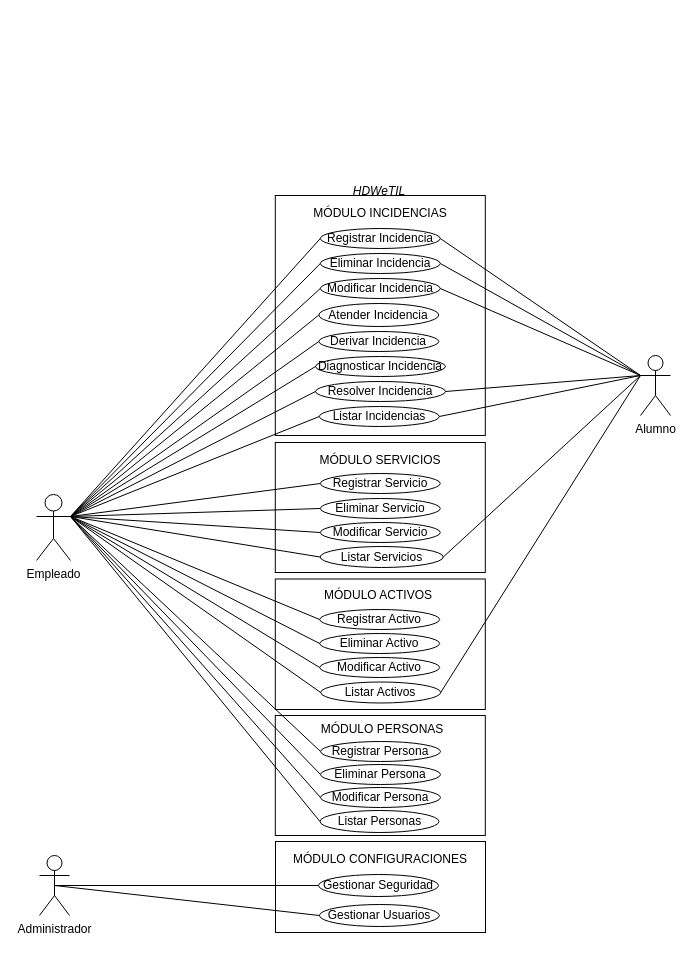
Earlier version of the draw.io diagram page "CU-04" (4 of 4) of documentation/Modelo/Plan-Requisito/Casos_Uso/CasoUso.drawio (RodSebDaS/HDWeTIL). Source tidied: cells renumbered, new cells numbered last; positions are measured from the earlier drawing's top-left corner, leaving out a move shared by most shapes. Both pictures are drawn from the tidied source at 100%, with x=0, y=0 at pixel (36, 176).
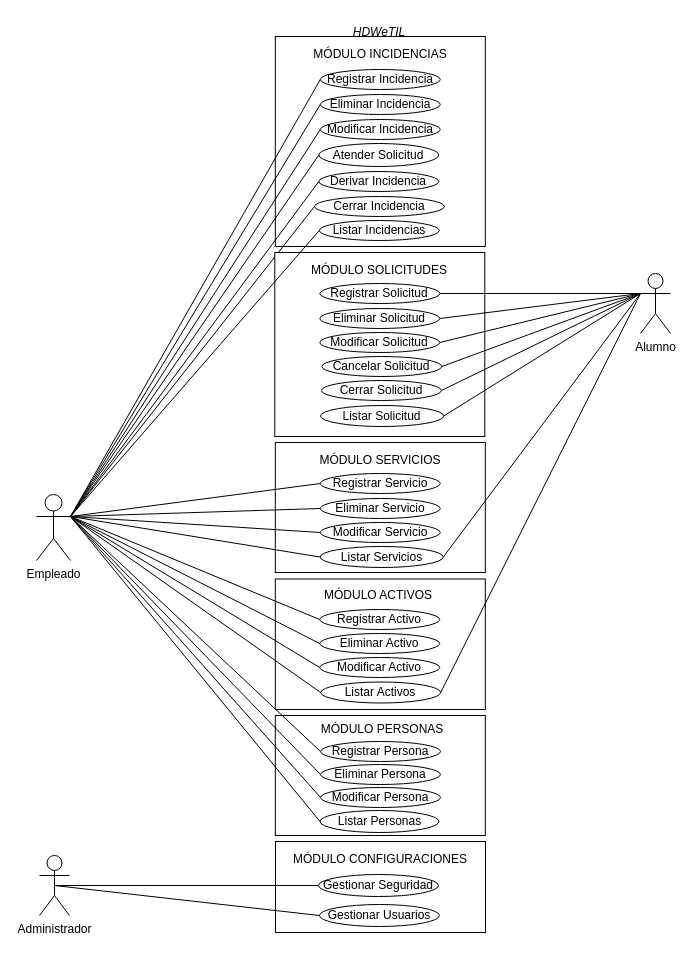
After the change.

Unchanged cells that the change refers to:
```xml
<mxCell id="2" value="Empleado" style="shape=umlActor;verticalLabelPosition=bottom;verticalAlign=top;html=1;outlineConnect=0;" parent="1" vertex="1">
  <mxGeometry y="318" width="34" height="66" as="geometry" />
</mxCell>
<mxCell id="15" value="Listar Servicios" style="ellipse;whiteSpace=wrap;html=1;" parent="1" vertex="1">
  <mxGeometry x="283.6" y="370" width="123.2" height="21" as="geometry" />
</mxCell>
```

Change to the diagram source:
```diff
@@
     <mxCell id="4" value="Alumno&lt;br&gt;" style="shape=umlActor;verticalLabelPosition=bottom;verticalAlign=top;html=1;outlineConnect=0;" parent="1" vertex="1">
-      <mxGeometry x="604" y="179" width="30" height="60" as="geometry" />
+      <mxGeometry x="604" y="97" width="30" height="60" as="geometry" />
     </mxCell>
     <mxCell id="5" style="rounded=0;whiteSpace=wrap;html=1;" parent="1" vertex="1">
-      <mxGeometry x="238.8" y="19" width="210" height="240" as="geometry" />
+      <mxGeometry x="238.8" y="-140" width="210" height="210" as="geometry" />
     </mxCell>
     <mxCell id="6" value="&lt;span&gt;MÓDULO INCIDENCIAS&lt;/span&gt;" style="text;html=1;strokeColor=none;fillColor=none;align=center;verticalAlign=middle;whiteSpace=wrap;rounded=0;" parent="1" vertex="1">
-      <mxGeometry x="273.8" y="22" width="140" height="30" as="geometry" />
+      <mxGeometry x="273.8" y="-137" width="140" height="30" as="geometry" />
     </mxCell>
     <mxCell id="7" value="Registrar Incidencia" style="ellipse;whiteSpace=wrap;html=1;" parent="1" vertex="1">
-      <mxGeometry x="283.8" y="52" width="120" height="20" as="geometry" />
+      <mxGeometry x="283.8" y="-107" width="120" height="20" as="geometry" />
     </mxCell>
     <mxCell id="8" value="Eliminar Incidencia" style="ellipse;whiteSpace=wrap;html=1;" parent="1" vertex="1">
-      <mxGeometry x="283.8" y="77" width="120" height="20" as="geometry" />
+      <mxGeometry x="283.8" y="-82" width="120" height="20" as="geometry" />
     </mxCell>
     <mxCell id="9" value="Modificar Incidencia" style="ellipse;whiteSpace=wrap;html=1;" parent="1" vertex="1">
-      <mxGeometry x="283.8" y="102" width="120" height="20" as="geometry" />
+      <mxGeometry x="283.8" y="-57" width="120" height="20" as="geometry" />
     </mxCell>
     <mxCell id="10" value="Listar Incidencias" style="ellipse;whiteSpace=wrap;html=1;" parent="1" vertex="1">
-      <mxGeometry x="282.8" y="230" width="120" height="20" as="geometry" />
+      <mxGeometry x="282.8" y="44" width="120" height="20" as="geometry" />
     </mxCell>
@@
-    <mxCell id="12" value="Atender Incidencia" style="ellipse;whiteSpace=wrap;html=1;" parent="1" vertex="1">
-      <mxGeometry x="282.3" y="127" width="120" height="23" as="geometry" />
+    <mxCell id="12" value="Atender Solicitud" style="ellipse;whiteSpace=wrap;html=1;" parent="1" vertex="1">
+      <mxGeometry x="282.3" y="-33" width="120" height="23" as="geometry" />
     </mxCell>
     <mxCell id="13" value="Derivar Incidencia" style="ellipse;whiteSpace=wrap;html=1;" parent="1" vertex="1">
-      <mxGeometry x="282.3" y="155" width="120" height="20" as="geometry" />
+      <mxGeometry x="282.3" y="-5" width="120" height="20" as="geometry" />
     </mxCell>
@@
     <mxCell id="34" value="HDWeTIL" style="text;html=1;strokeColor=none;fillColor=none;align=center;verticalAlign=middle;whiteSpace=wrap;rounded=0;fontStyle=2;" parent="1" vertex="1">
-      <mxGeometry x="313.2" width="60" height="30" as="geometry" />
+      <mxGeometry x="313.2" y="-159" width="60" height="30" as="geometry" />
     </mxCell>
@@
-    <mxCell id="36" style="edgeStyle=none;html=1;entryX=1;entryY=0.5;entryDx=0;entryDy=0;endArrow=none;endFill=0;exitX=0;exitY=0.3333333333333333;exitDx=0;exitDy=0;exitPerimeter=0;" parent="1" edge="1" source="4" target="10">
-      <mxGeometry relative="1" as="geometry" />
-    </mxCell>
@@
-    <mxCell id="43" style="edgeStyle=none;html=1;entryX=1;entryY=0.5;entryDx=0;entryDy=0;endArrow=none;endFill=0;" parent="1" edge="1" target="15">
-      <mxGeometry relative="1" as="geometry">
-        <mxPoint x="604" y="199" as="sourcePoint" />
-      </mxGeometry>
+    <mxCell id="43" style="edgeStyle=none;html=1;entryX=1;entryY=0.5;entryDx=0;entryDy=0;endArrow=none;endFill=0;exitX=0;exitY=0.3333333333333333;exitDx=0;exitDy=0;exitPerimeter=0;" parent="1" edge="1" source="4" target="15">
+      <mxGeometry relative="1" as="geometry" />
     </mxCell>
@@
-    <mxCell id="56" style="edgeStyle=none;html=1;exitX=1;exitY=0.3333333333333333;exitDx=0;exitDy=0;exitPerimeter=0;entryX=0;entryY=0.5;entryDx=0;entryDy=0;endArrow=none;endFill=0;" parent="1" edge="1" source="2" target="10">
-      <mxGeometry relative="1" as="geometry" />
-    </mxCell>
@@
-    <mxCell id="59" style="edgeStyle=none;html=1;exitX=0;exitY=0.3333333333333333;exitDx=0;exitDy=0;exitPerimeter=0;entryX=1;entryY=0.5;entryDx=0;entryDy=0;endArrow=none;endFill=0;" parent="1" edge="1" source="4" target="9">
-      <mxGeometry relative="1" as="geometry" />
-    </mxCell>
-    <mxCell id="60" style="edgeStyle=none;html=1;exitX=0;exitY=0.3333333333333333;exitDx=0;exitDy=0;exitPerimeter=0;entryX=1;entryY=0.5;entryDx=0;entryDy=0;endArrow=none;endFill=0;" parent="1" edge="1" source="4" target="8">
-      <mxGeometry relative="1" as="geometry" />
-    </mxCell>
-    <mxCell id="61" style="edgeStyle=none;html=1;exitX=0;exitY=0.3333333333333333;exitDx=0;exitDy=0;exitPerimeter=0;entryX=1;entryY=0.5;entryDx=0;entryDy=0;endArrow=none;endFill=0;" parent="1" edge="1" source="4" target="7">
-      <mxGeometry relative="1" as="geometry" />
-    </mxCell>
-    <mxCell id="62" value="Diagnosticar Incidencia" style="ellipse;whiteSpace=wrap;html=1;" parent="1" vertex="1">
-      <mxGeometry x="279" y="180" width="130" height="20" as="geometry" />
-    </mxCell>
-    <mxCell id="63" style="edgeStyle=none;html=1;exitX=1;exitY=0.3333333333333333;exitDx=0;exitDy=0;exitPerimeter=0;entryX=0;entryY=0.5;entryDx=0;entryDy=0;endArrow=none;endFill=0;" parent="1" edge="1" source="2" target="62">
-      <mxGeometry relative="1" as="geometry" />
-    </mxCell>
-    <mxCell id="64" value="Resolver Incidencia" style="ellipse;whiteSpace=wrap;html=1;" parent="1" vertex="1">
-      <mxGeometry x="279" y="205" width="130" height="20" as="geometry" />
+    <mxCell id="64" value="Cerrar Incidencia" style="ellipse;whiteSpace=wrap;html=1;" parent="1" vertex="1">
+      <mxGeometry x="278" y="20" width="130" height="20" as="geometry" />
     </mxCell>
@@
-    <mxCell id="66" style="edgeStyle=none;html=1;exitX=0;exitY=0.3333333333333333;exitDx=0;exitDy=0;exitPerimeter=0;entryX=1;entryY=0.5;entryDx=0;entryDy=0;endArrow=none;endFill=0;" parent="1" edge="1" source="4" target="64">
-      <mxGeometry relative="1" as="geometry" />
-    </mxCell>
+    <mxCell id="67" style="rounded=0;whiteSpace=wrap;html=1;" parent="1" vertex="1">
+      <mxGeometry x="238.3" y="76" width="210" height="184" as="geometry" />
+    </mxCell>
+    <mxCell id="68" value="&lt;span&gt;M&lt;/span&gt;Ó&lt;span&gt;DULO SOLICITUDES&lt;/span&gt;" style="text;html=1;strokeColor=none;fillColor=none;align=center;verticalAlign=middle;whiteSpace=wrap;rounded=0;" parent="1" vertex="1">
+      <mxGeometry x="273.3" y="79" width="140" height="30" as="geometry" />
+    </mxCell>
+    <mxCell id="69" value="Registrar Solicitud" style="ellipse;whiteSpace=wrap;html=1;" parent="1" vertex="1">
+      <mxGeometry x="283.3" y="107" width="120" height="20" as="geometry" />
+    </mxCell>
+    <mxCell id="70" value="Eliminar Solicitud" style="ellipse;whiteSpace=wrap;html=1;" parent="1" vertex="1">
+      <mxGeometry x="283.3" y="132" width="120" height="20" as="geometry" />
+    </mxCell>
+    <mxCell id="71" value="Modificar Solicitud" style="ellipse;whiteSpace=wrap;html=1;" parent="1" vertex="1">
+      <mxGeometry x="283.3" y="156" width="120" height="20" as="geometry" />
+    </mxCell>
+    <mxCell id="56" style="edgeStyle=none;html=1;exitX=1;exitY=0.3333333333333333;exitDx=0;exitDy=0;exitPerimeter=0;entryX=0;entryY=0.5;entryDx=0;entryDy=0;endArrow=none;endFill=0;" parent="1" edge="1" source="2" target="10">
+      <mxGeometry relative="1" as="geometry" />
+    </mxCell>
+    <mxCell id="72" value="Cancelar Solicitud" style="ellipse;whiteSpace=wrap;html=1;" parent="1" vertex="1">
+      <mxGeometry x="285.3" y="180" width="120" height="20" as="geometry" />
+    </mxCell>
+    <mxCell id="73" value="Cerrar Solicitud" style="ellipse;whiteSpace=wrap;html=1;" parent="1" vertex="1">
+      <mxGeometry x="284.9" y="204" width="120" height="20" as="geometry" />
+    </mxCell>
+    <mxCell id="74" value="Listar Solicitud" style="ellipse;whiteSpace=wrap;html=1;" parent="1" vertex="1">
+      <mxGeometry x="284" y="229" width="123.2" height="21" as="geometry" />
+    </mxCell>
+    <mxCell id="75" style="edgeStyle=none;html=1;exitX=0;exitY=0.3333333333333333;exitDx=0;exitDy=0;exitPerimeter=0;entryX=1;entryY=0.5;entryDx=0;entryDy=0;endArrow=none;endFill=0;" parent="1" edge="1" source="4" target="74">
+      <mxGeometry relative="1" as="geometry" />
+    </mxCell>
+    <mxCell id="61" style="edgeStyle=none;html=1;exitX=0;exitY=0.3333333333333333;exitDx=0;exitDy=0;exitPerimeter=0;entryX=1;entryY=0.5;entryDx=0;entryDy=0;endArrow=none;endFill=0;" parent="1" edge="1" source="4" target="69">
+      <mxGeometry relative="1" as="geometry" />
+    </mxCell>
+    <mxCell id="60" style="edgeStyle=none;html=1;exitX=0;exitY=0.3333333333333333;exitDx=0;exitDy=0;exitPerimeter=0;entryX=1;entryY=0.5;entryDx=0;entryDy=0;endArrow=none;endFill=0;" parent="1" edge="1" source="4" target="70">
+      <mxGeometry relative="1" as="geometry" />
+    </mxCell>
+    <mxCell id="59" style="edgeStyle=none;html=1;exitX=0;exitY=0.3333333333333333;exitDx=0;exitDy=0;exitPerimeter=0;entryX=1;entryY=0.5;entryDx=0;entryDy=0;endArrow=none;endFill=0;" parent="1" edge="1" source="4" target="71">
+      <mxGeometry relative="1" as="geometry" />
+    </mxCell>
+    <mxCell id="76" style="edgeStyle=none;html=1;entryX=1;entryY=0.5;entryDx=0;entryDy=0;endArrow=none;endFill=0;exitX=0;exitY=0.3333333333333333;exitDx=0;exitDy=0;exitPerimeter=0;" parent="1" edge="1" source="4" target="72">
+      <mxGeometry relative="1" as="geometry" />
+    </mxCell>
+    <mxCell id="77" style="edgeStyle=none;html=1;entryX=1;entryY=0.5;entryDx=0;entryDy=0;endArrow=none;endFill=0;exitX=0;exitY=0.3333333333333333;exitDx=0;exitDy=0;exitPerimeter=0;" parent="1" edge="1" source="4" target="73">
+      <mxGeometry relative="1" as="geometry" />
+    </mxCell>
```
